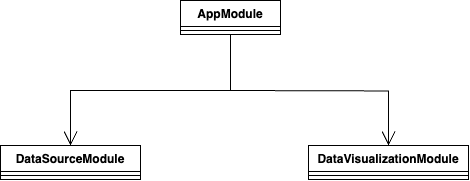
6BitBusters/6BitBusters.github.io keeps this draw.io diagram as Docs/PB/Generali Esterni/specifica_tecnica/template/images/uml_back/AppModule.png. Above is the earlier version. Source tidied: cells renumbered, new cells last; positions are measured from the earlier drawing's top-left corner, leaving out a move shared by most shapes. Source of this version:
```xml
<mxGraphModel>
  <root>
    <mxCell id="0" />
    <mxCell id="1" parent="0" />
    <mxCell id="2" value="AppModule" style="swimlane;fontStyle=1;align=center;verticalAlign=top;horizontal=1;startSize=26;whiteSpace=wrap;html=1;" parent="1" vertex="1">
      <mxGeometry x="180" width="100" height="34" as="geometry" />
    </mxCell>
    <mxCell id="3" style="line;strokeWidth=1;fillColor=none;align=left;verticalAlign=middle;spacingTop=-1;spacingLeft=3;spacingRight=3;labelPosition=right;strokeColor=inherit;" parent="2" vertex="1">
      <mxGeometry y="26" width="100" height="8" as="geometry" />
    </mxCell>
    <mxCell id="4" value="DataSourceModule" style="swimlane;fontStyle=1;align=center;verticalAlign=top;horizontal=1;startSize=26;whiteSpace=wrap;html=1;" parent="1" vertex="1">
      <mxGeometry y="145" width="140" height="34" as="geometry" />
    </mxCell>
    <mxCell id="5" style="line;strokeWidth=1;fillColor=none;align=left;verticalAlign=middle;spacingTop=-1;spacingLeft=3;spacingRight=3;labelPosition=right;strokeColor=inherit;" parent="4" vertex="1">
      <mxGeometry y="26" width="140" height="8" as="geometry" />
    </mxCell>
    <mxCell id="6" value="DataVisualizationModule" style="swimlane;fontStyle=1;align=center;verticalAlign=top;horizontal=1;startSize=26;whiteSpace=wrap;html=1;" parent="1" vertex="1">
      <mxGeometry x="308" y="145" width="160" height="34" as="geometry" />
    </mxCell>
    <mxCell id="7" style="line;strokeWidth=1;fillColor=none;align=left;verticalAlign=middle;spacingTop=-1;spacingLeft=3;spacingRight=3;labelPosition=right;strokeColor=inherit;" parent="6" vertex="1">
      <mxGeometry y="26" width="160" height="8" as="geometry" />
    </mxCell>
    <mxCell id="8" style="endArrow=open;endFill=1;endSize=12;html=1;rounded=0;fontSize=12;entryX=0.5;entryY=0;entryDx=0;entryDy=0;edgeStyle=orthogonalEdgeStyle;" parent="1" edge="1" target="6">
      <mxGeometry relative="1" as="geometry">
        <mxPoint x="230" y="90" as="sourcePoint" />
      </mxGeometry>
    </mxCell>
    <mxCell id="9" style="endArrow=open;endFill=1;endSize=12;html=1;rounded=0;entryX=0.5;entryY=0;entryDx=0;entryDy=0;exitX=0.5;exitY=1;exitDx=0;exitDy=0;" parent="1" edge="1" source="2" target="4">
      <mxGeometry relative="1" as="geometry">
        <Array as="points">
          <mxPoint x="230" y="90" />
          <mxPoint x="70" y="90" />
        </Array>
      </mxGeometry>
    </mxCell>
  </root>
</mxGraphModel>
```
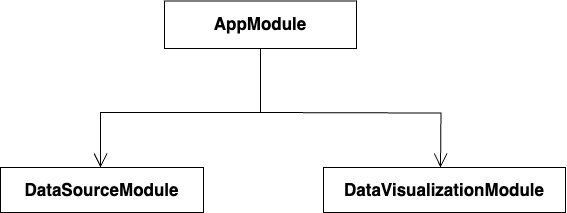
The same diagram one commit later.

What changed in the source:
```diff
@@ -2,36 +2,30 @@
   <root>
     <mxCell id="0" />
     <mxCell id="1" parent="0" />
-    <mxCell id="2" value="AppModule" style="swimlane;fontStyle=1;align=center;verticalAlign=top;horizontal=1;startSize=26;whiteSpace=wrap;html=1;" parent="1" vertex="1">
-      <mxGeometry x="180" width="100" height="34" as="geometry" />
+    <mxCell id="2" style="endArrow=open;endFill=1;endSize=12;html=1;rounded=0;fontSize=17;entryX=0.5;entryY=0;entryDx=0;entryDy=0;edgeStyle=orthogonalEdgeStyle;" parent="1" edge="1">
+      <mxGeometry relative="1" as="geometry">
+        <mxPoint x="230" y="90" as="sourcePoint" />
+        <mxPoint x="410" y="145" as="targetPoint" />
+      </mxGeometry>
     </mxCell>
-    <mxCell id="3" style="line;strokeWidth=1;fillColor=none;align=left;verticalAlign=middle;spacingTop=-1;spacingLeft=3;spacingRight=3;labelPosition=right;strokeColor=inherit;" parent="2" vertex="1">
-      <mxGeometry y="26" width="100" height="8" as="geometry" />
+    <mxCell id="3" style="endArrow=open;endFill=1;endSize=12;html=1;rounded=0;entryX=0.5;entryY=0;entryDx=0;entryDy=0;exitX=0.5;exitY=1;exitDx=0;exitDy=0;fontSize=17;" parent="1" edge="1">
+      <mxGeometry relative="1" as="geometry">
+        <mxPoint x="230" y="18" as="sourcePoint" />
+        <mxPoint x="70" y="145" as="targetPoint" />
+        <Array as="points">
+          <mxPoint x="230" y="90" />
+          <mxPoint x="70" y="90" />
+        </Array>
+      </mxGeometry>
     </mxCell>
-    <mxCell id="4" value="DataSourceModule" style="swimlane;fontStyle=1;align=center;verticalAlign=top;horizontal=1;startSize=26;whiteSpace=wrap;html=1;" parent="1" vertex="1">
-      <mxGeometry y="145" width="140" height="34" as="geometry" />
+    <mxCell id="4" value="&lt;span style=&quot;font-size: 17px; font-weight: 700;&quot;&gt;DataSourceModule&lt;/span&gt;" style="html=1;whiteSpace=wrap;" parent="1" vertex="1">
+      <mxGeometry x="-30" y="145" width="203" height="45" as="geometry" />
     </mxCell>
-    <mxCell id="5" style="line;strokeWidth=1;fillColor=none;align=left;verticalAlign=middle;spacingTop=-1;spacingLeft=3;spacingRight=3;labelPosition=right;strokeColor=inherit;" parent="4" vertex="1">
-      <mxGeometry y="26" width="140" height="8" as="geometry" />
+    <mxCell id="5" value="&lt;span style=&quot;font-size: 17px; font-weight: 700;&quot;&gt;DataVisualizationModule&lt;/span&gt;" style="html=1;whiteSpace=wrap;" parent="1" vertex="1">
+      <mxGeometry x="293" y="145" width="242" height="45" as="geometry" />
     </mxCell>
-    <mxCell id="6" value="DataVisualizationModule" style="swimlane;fontStyle=1;align=center;verticalAlign=top;horizontal=1;startSize=26;whiteSpace=wrap;html=1;" parent="1" vertex="1">
-      <mxGeometry x="308" y="145" width="160" height="34" as="geometry" />
+    <mxCell id="6" value="&lt;span style=&quot;font-size: 17px; font-weight: 700;&quot;&gt;AppModule&lt;/span&gt;" style="html=1;whiteSpace=wrap;" parent="1" vertex="1">
+      <mxGeometry x="134" y="-21.5" width="192" height="47.5" as="geometry" />
     </mxCell>
-    <mxCell id="7" style="line;strokeWidth=1;fillColor=none;align=left;verticalAlign=middle;spacingTop=-1;spacingLeft=3;spacingRight=3;labelPosition=right;strokeColor=inherit;" parent="6" vertex="1">
-      <mxGeometry y="26" width="160" height="8" as="geometry" />
-    </mxCell>
-    <mxCell id="8" style="endArrow=open;endFill=1;endSize=12;html=1;rounded=0;fontSize=12;entryX=0.5;entryY=0;entryDx=0;entryDy=0;edgeStyle=orthogonalEdgeStyle;" parent="1" edge="1" target="6">
-      <mxGeometry relative="1" as="geometry">
-        <mxPoint x="230" y="90" as="sourcePoint" />
-      </mxGeometry>
-    </mxCell>
-    <mxCell id="9" style="endArrow=open;endFill=1;endSize=12;html=1;rounded=0;entryX=0.5;entryY=0;entryDx=0;entryDy=0;exitX=0.5;exitY=1;exitDx=0;exitDy=0;" parent="1" edge="1" source="2" target="4">
-      <mxGeometry relative="1" as="geometry">
-        <Array as="points">
-          <mxPoint x="230" y="90" />
-          <mxPoint x="70" y="90" />
-        </Array>
-      </mxGeometry>
-    </mxCell>
   </root>
 </mxGraphModel>
```
